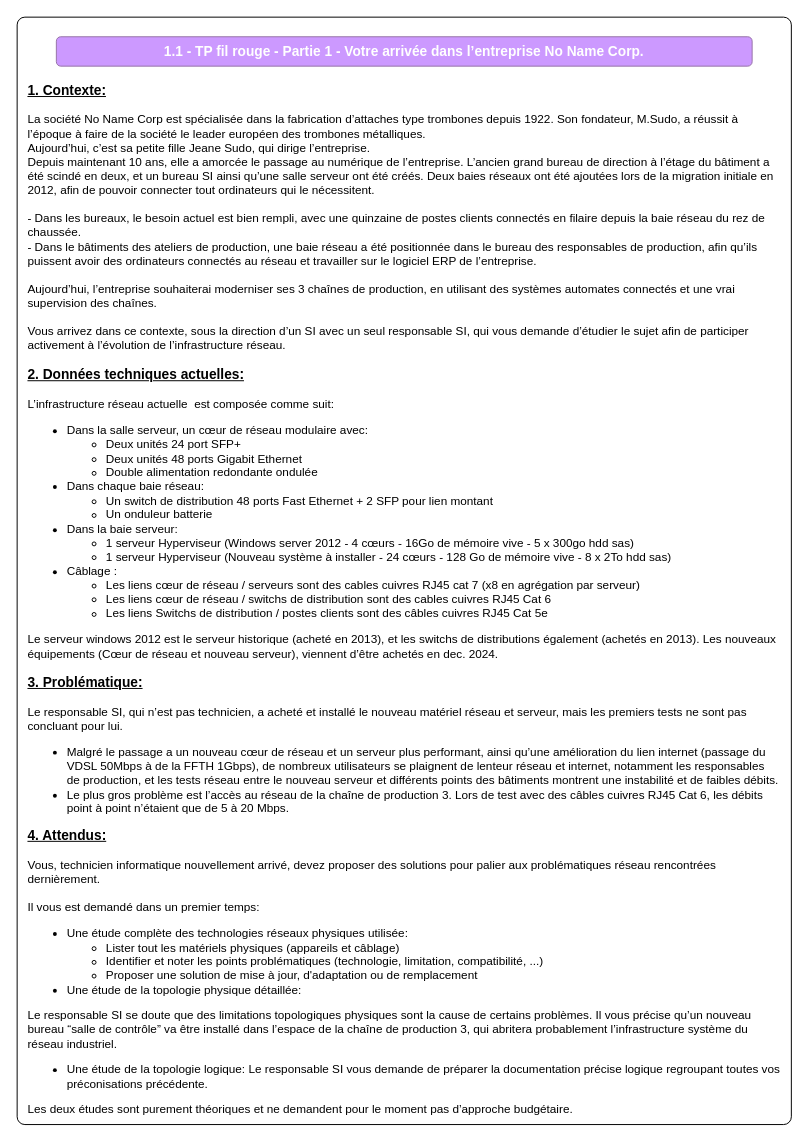
Earlier version of the draw.io diagram page "Sujet" (1 of 4) of 1-1-Materiel-physique/1.1-TP-part2.drawio (No-Name-Academy/Networking-for-noobs). Source tidied: cells renumbered, new cells numbered last; positions are measured from the earlier drawing's top-left corner, leaving out a move shared by most shapes. Both pictures are drawn from the tidied source at 98%, with x=0, y=0 at pixel (17, 17).
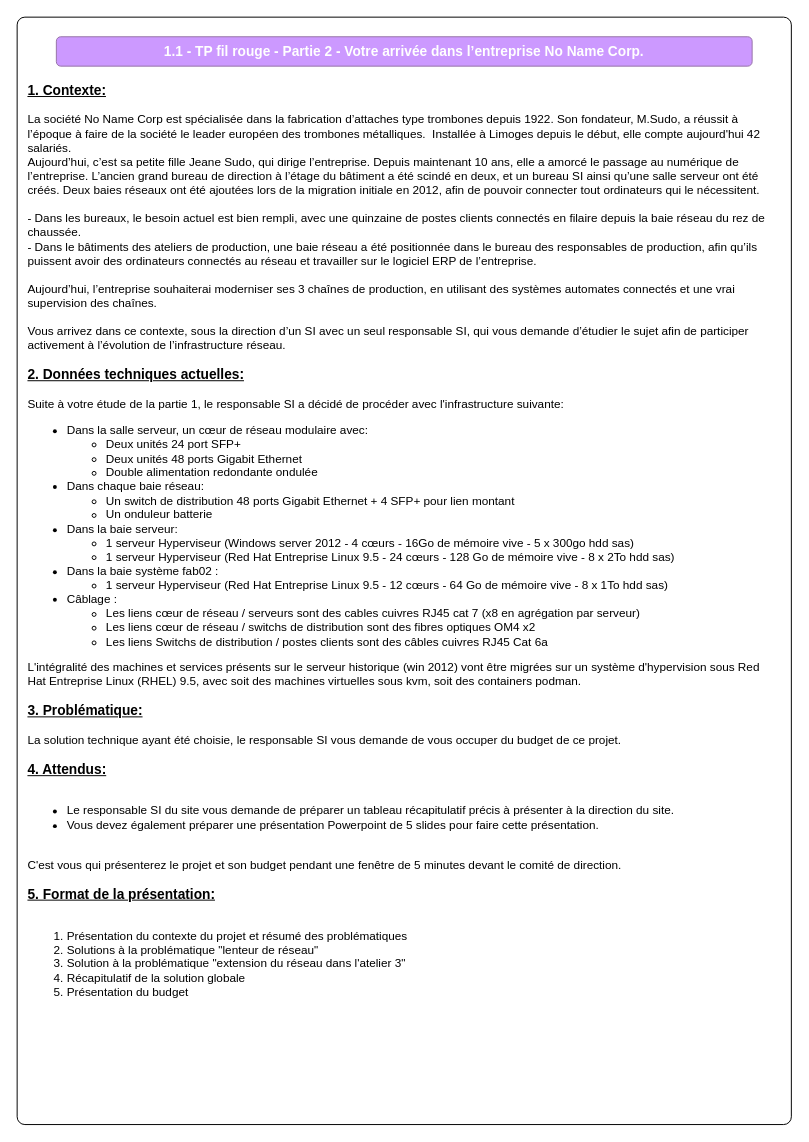
Above is the later version.

Commit message (it also covers changes not shown here):
Mettre à jour 1.1-TP-part2.drawio

What changed in the source:
```diff
@@
 <mxGraphModel>
   <root>
     <mxCell id="0" />
     <mxCell id="1" parent="0" />
     <mxCell id="2" style="rounded=1;whiteSpace=wrap;html=1;arcSize=1;" parent="1" vertex="1">
       <mxGeometry width="790" height="1130" as="geometry" />
     </mxCell>
-    <mxCell id="3" value="&lt;b&gt;&lt;u&gt;&lt;font style=&quot;font-size: 14px;&quot;&gt;1. Contexte:&lt;/font&gt;&lt;/u&gt;&lt;/b&gt;&lt;div&gt;&lt;br&gt;&lt;/div&gt;&lt;div&gt;La société No Name Corp est spécialisée dans la fabrication d’attaches type trombones depuis 1922. Son fondateur, M.Sudo, a réussit à l’époque à faire de la société le leader européen des trombones métalliques.&lt;/div&gt;&lt;div&gt;Aujourd’hui, c’est sa petite fille Jeane Sudo, qui dirige l’entreprise.&lt;/div&gt;&lt;div&gt;Depuis maintenant 10 ans, elle a amorcée le passage au numérique de l’entreprise. L’ancien grand bureau de direction à l’étage du bâtiment a été scindé en deux, et un bureau SI ainsi qu’une salle serveur ont été créés. Deux baies réseaux ont été ajoutées lors de la migration initiale en 2012, afin de pouvoir connecter tout ordinateurs qui le nécessitent.&lt;/div&gt;&lt;div&gt;&lt;br&gt;&lt;/div&gt;&lt;div&gt;- Dans les bureaux, le besoin actuel est bien rempli, avec une quinzaine de postes clients connectés en filaire depuis la baie réseau du rez de chaussée.&lt;/div&gt;&lt;div&gt;- Dans le bâtiments des ateliers de production, une baie réseau a été positionnée dans le bureau des responsables de production, afin qu’ils puissent avoir des ordinateurs connectés au réseau et travailler sur le logiciel ERP de l’entreprise.&lt;br&gt;&lt;/div&gt;&lt;div&gt;&lt;br&gt;&lt;/div&gt;&lt;div&gt;Aujourd’hui, l’entreprise souhaiterai moderniser ses 3 chaînes de production, en utilisant des systèmes automates connectés et une vrai supervision des chaînes.&lt;/div&gt;&lt;div&gt;&lt;br&gt;&lt;/div&gt;&lt;div&gt;Vous arrivez dans ce contexte, sous la direction d’un SI avec un seul responsable SI, qui vous demande d’étudier le sujet afin de participer activement à l’évolution de l’infrastructure réseau.&lt;/div&gt;&lt;div&gt;&lt;br&gt;&lt;/div&gt;&lt;div&gt;&lt;b&gt;&lt;u&gt;&lt;font style=&quot;font-size: 14px;&quot;&gt;2. Données techniques actuelles:&lt;/font&gt;&lt;/u&gt;&lt;/b&gt;&lt;/div&gt;&lt;div&gt;&lt;br&gt;&lt;/div&gt;&lt;div&gt;L’infrastructure réseau actuelle &amp;nbsp;est composée comme suit:&lt;/div&gt;&lt;div&gt;&lt;ul&gt;&lt;li&gt;Dans la salle serveur, un cœur de réseau modulaire avec:&lt;/li&gt;&lt;ul&gt;&lt;li&gt;Deux unités 24 port SFP+&lt;/li&gt;&lt;li&gt;Deux unités 48 ports Gigabit Ethernet&lt;/li&gt;&lt;li&gt;Double alimentation redondante ondulée&lt;/li&gt;&lt;/ul&gt;&lt;li&gt;Dans chaque baie réseau:&lt;/li&gt;&lt;ul&gt;&lt;li&gt;Un switch de distribution 48 ports Fast Ethernet + 2 SFP pour lien montant&lt;/li&gt;&lt;li&gt;Un onduleur batterie&lt;/li&gt;&lt;/ul&gt;&lt;li&gt;Dans la baie serveur:&lt;/li&gt;&lt;ul&gt;&lt;li&gt;1 serveur Hyperviseur (Windows server 2012 - 4 cœurs - 16Go de mémoire vive - 5 x 300go hdd sas)&lt;/li&gt;&lt;li&gt;1 serveur Hyperviseur (Nouveau système à installer - 24 cœurs - 128 Go de mémoire vive - 8 x 2To hdd sas)&lt;/li&gt;&lt;/ul&gt;&lt;li&gt;Câblage :&amp;nbsp;&lt;/li&gt;&lt;ul&gt;&lt;li&gt;Les liens cœur de réseau / serveurs sont des cables cuivres RJ45 cat 7 (x8 en agrégation par serveur)&lt;/li&gt;&lt;li&gt;Les liens cœur de réseau / switchs de distribution sont des cables cuivres RJ45 Cat 6&lt;/li&gt;&lt;li&gt;Les liens Switchs de distribution / postes clients sont des câbles cuivres RJ45 Cat 5e&lt;/li&gt;&lt;/ul&gt;&lt;/ul&gt;&lt;div&gt;Le serveur windows 2012 est le serveur historique (acheté en 2013), et les switchs de distributions également (achetés en 2013). Les nouveaux équipements (Cœur de réseau et nouveau serveur), viennent d’être achetés en dec. 2024.&lt;/div&gt;&lt;/div&gt;&lt;div&gt;&lt;br&gt;&lt;/div&gt;&lt;div&gt;&lt;b&gt;&lt;u&gt;&lt;font style=&quot;font-size: 14px;&quot;&gt;3. Problématique:&lt;/font&gt;&lt;/u&gt;&lt;/b&gt;&lt;/div&gt;&lt;div&gt;&lt;br&gt;&lt;/div&gt;&lt;div&gt;Le responsable SI, qui n’est pas technicien, a acheté et installé le nouveau matériel réseau et serveur, mais les premiers tests ne sont pas concluant pour lui.&lt;/div&gt;&lt;div&gt;&lt;ul&gt;&lt;li&gt;Malgré le passage a un nouveau cœur de réseau et un serveur plus performant, ainsi qu’une amélioration du lien internet (passage du VDSL 50Mbps à de la FFTH 1Gbps), de nombreux utilisateurs se plaignent de lenteur réseau et internet, notamment les responsables de production, et les tests réseau entre le nouveau serveur et différents points des bâtiments montrent une instabilité et de faibles débits.&lt;br&gt;&lt;/li&gt;&lt;li&gt;Le plus gros problème est l’accès au réseau de la chaîne de production 3. Lors de test avec des câbles cuivres RJ45 Cat 6, les débits point à point n’étaient que de 5 à 20 Mbps.&lt;/li&gt;&lt;/ul&gt;&lt;/div&gt;&lt;div&gt;&lt;b&gt;&lt;u&gt;&lt;font style=&quot;font-size: 14px;&quot;&gt;4. Attendus:&lt;/font&gt;&lt;/u&gt;&lt;/b&gt;&lt;/div&gt;&lt;div&gt;&lt;br&gt;&lt;/div&gt;&lt;div&gt;Vous, technicien informatique nouvellement arrivé, devez proposer des solutions pour palier aux problématiques réseau rencontrées dernièrement.&lt;/div&gt;&lt;div&gt;&lt;br&gt;&lt;/div&gt;&lt;div&gt;Il vous est demandé dans un premier temps:&lt;/div&gt;&lt;div&gt;&lt;ul&gt;&lt;li&gt;Une étude complète des technologies réseaux physiques utilisée:&lt;/li&gt;&lt;ul&gt;&lt;li&gt;Lister tout les matériels physiques (appareils et câblage)&lt;/li&gt;&lt;li&gt;Identifier et noter les points problématiques (technologie, limitation, compatibilité, ...)&lt;/li&gt;&lt;li&gt;Proposer une solution de mise à jour, d'adaptation ou de remplacement&lt;/li&gt;&lt;/ul&gt;&lt;li&gt;Une étude de la topologie physique détaillée:&lt;/li&gt;&lt;/ul&gt;&lt;div&gt;Le responsable SI se doute que des limitations topologiques physiques sont la cause de certains problèmes. Il vous précise qu’un nouveau bureau “salle de contrôle” va être installé dans l’espace de la chaîne de production 3, qui abritera probablement l’infrastructure système du réseau industriel.&lt;/div&gt;&lt;/div&gt;&lt;div&gt;&lt;ul&gt;&lt;li&gt;Une étude de la topologie logique: Le responsable SI vous demande de préparer la documentation précise logique regroupant toutes vos préconisations précédente.&lt;/li&gt;&lt;/ul&gt;&lt;/div&gt;&lt;div&gt;Les deux études sont purement théoriques et ne demandent pour le moment pas d’approche budgétaire.&amp;nbsp;&lt;/div&gt;" style="text;html=1;align=left;verticalAlign=top;whiteSpace=wrap;rounded=0;" parent="1" vertex="1">
+    <mxCell id="3" value="&lt;b&gt;&lt;u&gt;&lt;font style=&quot;font-size: 14px;&quot;&gt;1. Contexte:&lt;/font&gt;&lt;/u&gt;&lt;/b&gt;&lt;div&gt;&lt;br&gt;&lt;/div&gt;&lt;div&gt;La société No Name Corp est spécialisée dans la fabrication d’attaches type trombones depuis 1922. Son fondateur, M.Sudo, a réussit à l’époque à faire de la société le leader européen des trombones métalliques.&amp;nbsp;&lt;span style=&quot;background-color: transparent; color: light-dark(rgb(0, 0, 0), rgb(255, 255, 255));&quot;&gt;&amp;nbsp;&lt;/span&gt;&lt;span style=&quot;background-color: transparent; color: light-dark(rgb(0, 0, 0), rgb(255, 255, 255));&quot;&gt;Installée à Limoges depuis le début, elle compte aujourd'hui 42 salariés.&lt;/span&gt;&lt;/div&gt;&lt;div&gt;Aujourd’hui, c’est sa petite fille Jeane Sudo, qui dirige l’entreprise.&amp;nbsp;&lt;span style=&quot;background-color: transparent; color: light-dark(rgb(0, 0, 0), rgb(255, 255, 255));&quot;&gt;Depuis maintenant 10 ans, elle a amorcé le passage au numérique de l’entreprise. L’ancien grand bureau de direction à l’étage du bâtiment a été scindé en deux, et un bureau SI ainsi qu’une salle serveur ont été créés. Deux baies réseaux ont été ajoutées lors de la migration initiale en 2012, afin de pouvoir connecter tout ordinateurs qui le nécessitent.&lt;/span&gt;&lt;/div&gt;&lt;div&gt;&lt;br&gt;&lt;/div&gt;&lt;div&gt;- Dans les bureaux, le besoin actuel est bien rempli, avec une quinzaine de postes clients connectés en filaire depuis la baie réseau du rez de chaussée.&lt;/div&gt;&lt;div&gt;- Dans le bâtiments des ateliers de production, une baie réseau a été positionnée dans le bureau des responsables de production, afin qu’ils puissent avoir des ordinateurs connectés au réseau et travailler sur le logiciel ERP de l’entreprise.&lt;br&gt;&lt;/div&gt;&lt;div&gt;&lt;br&gt;&lt;/div&gt;&lt;div&gt;Aujourd’hui, l’entreprise souhaiterai moderniser ses 3 chaînes de production, en utilisant des systèmes automates connectés et une vrai supervision des chaînes.&lt;/div&gt;&lt;div&gt;&lt;br&gt;&lt;/div&gt;&lt;div&gt;Vous arrivez dans ce contexte, sous la direction d’un SI avec un seul responsable SI, qui vous demande d’étudier le sujet afin de participer activement à l’évolution de l’infrastructure réseau.&lt;/div&gt;&lt;div&gt;&lt;br&gt;&lt;/div&gt;&lt;div&gt;&lt;b&gt;&lt;u&gt;&lt;font style=&quot;font-size: 14px;&quot;&gt;2. Données techniques actuelles:&lt;/font&gt;&lt;/u&gt;&lt;/b&gt;&lt;/div&gt;&lt;div&gt;&lt;br&gt;&lt;/div&gt;&lt;div&gt;Suite à votre étude de la partie 1, le responsable SI a décidé de procéder avec l'infrastructure suivante:&lt;/div&gt;&lt;div&gt;&lt;ul&gt;&lt;li&gt;Dans la salle serveur, un cœur de réseau modulaire avec:&lt;/li&gt;&lt;ul&gt;&lt;li&gt;Deux unités 24 port SFP+&lt;/li&gt;&lt;li&gt;Deux unités 48 ports Gigabit Ethernet&lt;/li&gt;&lt;li&gt;Double alimentation redondante ondulée&lt;/li&gt;&lt;/ul&gt;&lt;li&gt;Dans chaque baie réseau:&lt;/li&gt;&lt;ul&gt;&lt;li&gt;Un switch de distribution 48 ports Gigabit Ethernet + 4 SFP+ pour lien montant&lt;/li&gt;&lt;li&gt;Un onduleur batterie&lt;/li&gt;&lt;/ul&gt;&lt;li&gt;Dans la baie serveur:&lt;/li&gt;&lt;ul&gt;&lt;li&gt;1 serveur Hyperviseur (Windows server 2012 - 4 cœurs - 16Go de mémoire vive - 5 x 300go hdd sas)&lt;/li&gt;&lt;li&gt;1 serveur Hyperviseur (Red Hat Entreprise Linux 9.5 - 24 cœurs - 128 Go de mémoire vive - 8 x 2To hdd sas)&lt;/li&gt;&lt;/ul&gt;&lt;li&gt;Dans la baie système fab02 :&lt;/li&gt;&lt;ul&gt;&lt;li&gt;1 serveur Hyperviseur (Red Hat Entreprise Linux 9.5 - 12 cœurs - 64 Go de mémoire vive - 8 x 1To hdd sas)&lt;/li&gt;&lt;/ul&gt;&lt;li&gt;Câblage :&amp;nbsp;&lt;/li&gt;&lt;ul&gt;&lt;li&gt;Les liens cœur de réseau / serveurs sont des cables cuivres RJ45 cat 7 (x8 en agrégation par serveur)&lt;/li&gt;&lt;li&gt;Les liens cœur de réseau / switchs de distribution sont des fibres optiques OM4 x2&lt;/li&gt;&lt;li&gt;Les liens Switchs de distribution / postes clients sont des câbles cuivres RJ45 Cat 6a&lt;/li&gt;&lt;/ul&gt;&lt;/ul&gt;&lt;div&gt;L'intégralité des machines et services présents sur le serveur historique (win 2012) vont être migrées sur un système d'hypervision sous Red Hat Entreprise Linux (RHEL) 9.5, avec soit des machines virtuelles sous kvm, soit des containers podman.&lt;/div&gt;&lt;/div&gt;&lt;div&gt;&lt;br&gt;&lt;/div&gt;&lt;div&gt;&lt;b&gt;&lt;u&gt;&lt;font style=&quot;font-size: 14px;&quot;&gt;3. Problématique:&lt;/font&gt;&lt;/u&gt;&lt;/b&gt;&lt;/div&gt;&lt;div&gt;&lt;span style=&quot;background-color: transparent; color: light-dark(rgb(0, 0, 0), rgb(255, 255, 255));&quot;&gt;&lt;br&gt;&lt;/span&gt;&lt;/div&gt;&lt;div&gt;&lt;span style=&quot;background-color: transparent; color: light-dark(rgb(0, 0, 0), rgb(255, 255, 255));&quot;&gt;&lt;font&gt;La solution technique ayant été choisie, le responsable SI vous demande de vous occuper du budget de ce projet.&amp;nbsp;&lt;/font&gt;&lt;/span&gt;&lt;/div&gt;&lt;div&gt;&lt;span style=&quot;background-color: transparent; color: light-dark(rgb(0, 0, 0), rgb(255, 255, 255));&quot;&gt;&lt;font&gt;&lt;br&gt;&lt;/font&gt;&lt;/span&gt;&lt;/div&gt;&lt;div&gt;&lt;b&gt;&lt;u&gt;&lt;font style=&quot;font-size: 14px;&quot;&gt;4. Attendus:&lt;/font&gt;&lt;/u&gt;&lt;/b&gt;&lt;/div&gt;&lt;div&gt;&lt;br&gt;&lt;/div&gt;&lt;div&gt;&lt;ul&gt;&lt;li&gt;Le responsable SI du site vous demande de préparer un tableau récapitulatif précis à présenter à la direction du site.&lt;/li&gt;&lt;li&gt;Vous devez également préparer une présentation Powerpoint de 5 slides pour faire cette présentation.&lt;/li&gt;&lt;/ul&gt;&lt;/div&gt;&lt;div&gt;&lt;br&gt;&lt;/div&gt;&lt;div&gt;C'est vous qui présenterez le projet et son budget pendant une fenêtre de 5 minutes devant le comité de direction.&lt;/div&gt;&lt;div&gt;&lt;br&gt;&lt;/div&gt;&lt;div&gt;&lt;b&gt;&lt;u&gt;&lt;font style=&quot;font-size: 14px;&quot;&gt;5. Format de la présentation:&lt;/font&gt;&lt;/u&gt;&lt;/b&gt;&lt;/div&gt;&lt;div&gt;&lt;br&gt;&lt;/div&gt;&lt;div&gt;&lt;ol&gt;&lt;li&gt;Présentation du contexte du projet et résumé des problématiques&lt;/li&gt;&lt;li&gt;Solutions à la problématique &quot;lenteur de réseau&quot;&lt;/li&gt;&lt;li&gt;Solution à la problématique &quot;extension du réseau dans l'atelier 3&quot;&lt;/li&gt;&lt;li&gt;Récapitulatif de la solution globale&lt;/li&gt;&lt;li&gt;Présentation du budget&lt;/li&gt;&lt;/ol&gt;&lt;/div&gt;" style="text;html=1;align=left;verticalAlign=top;whiteSpace=wrap;rounded=0;" parent="1" vertex="1">
       <mxGeometry x="9" y="60" width="770" height="1070" as="geometry" />
     </mxCell>
-    <mxCell id="4" value="1.1 - TP fil rouge - Partie 1 - Votre arrivée dans l’entreprise No Name Corp." style="rounded=1;whiteSpace=wrap;html=1;fillColor=#CC99FF;strokeColor=#9673a6;fontColor=#FFFFFF;fontSize=14;fontStyle=1;" parent="1" vertex="1">
+    <mxCell id="4" value="1.1 - TP fil rouge - Partie 2 - Votre arrivée dans l’entreprise No Name Corp." style="rounded=1;whiteSpace=wrap;html=1;fillColor=#CC99FF;strokeColor=#9673a6;fontColor=#FFFFFF;fontSize=14;fontStyle=1;" parent="1" vertex="1">
       <mxGeometry x="40" y="20" width="710" height="30" as="geometry" />
     </mxCell>
   </root>
 </mxGraphModel>
```
